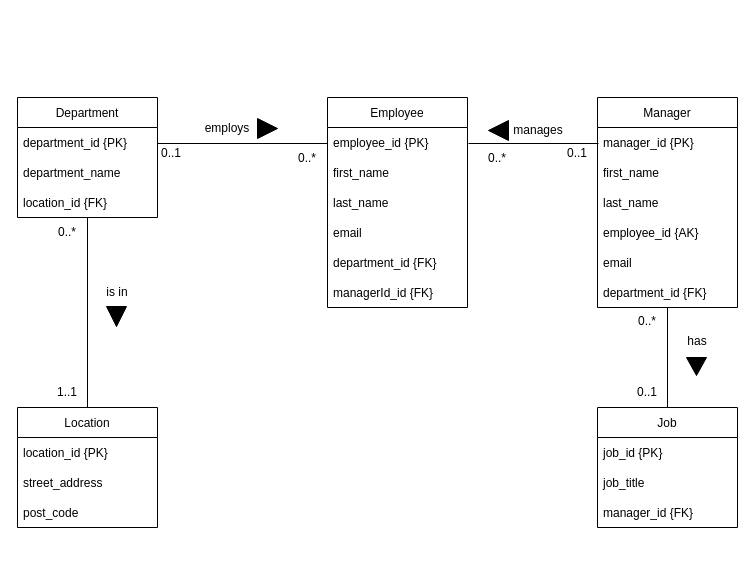
Before: Tutorial 5/Task 1.drawio in ChitharaKarunasekera/DatabaseSystemsTutorials, a draw.io diagram. Source tidied: cells renumbered, new cells numbered last; positions are measured from the earlier drawing's top-left corner, leaving out a move shared by most shapes. Both pictures are drawn from the tidied source at 100%, with x=0, y=0 at pixel (17, 97).
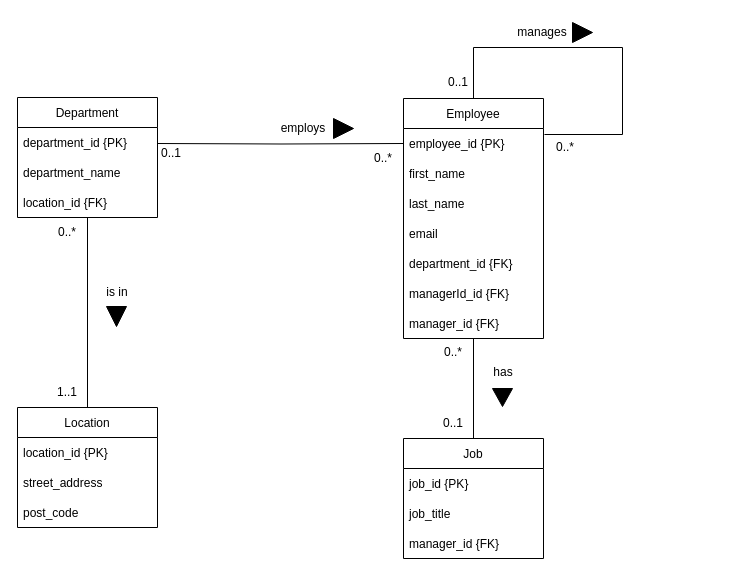
Above is the later version.

Unchanged cells that the change refers to:
```xml
<mxCell id="7" value="employee_id {PK}" style="text;strokeColor=none;fillColor=none;align=left;verticalAlign=middle;spacingLeft=4;spacingRight=4;overflow=hidden;points=[[0,0.5],[1,0.5]];portConstraint=eastwest;" parent="6" vertex="1">
  <mxGeometry y="30" width="140" height="30" as="geometry" />
</mxCell>
```

The edit, as a diff of the source:
```diff
@@
     <mxCell id="6" value="Employee" style="swimlane;fontStyle=0;horizontal=1;startSize=30;" parent="1" vertex="1">
-      <mxGeometry x="310" width="140" height="210" as="geometry" />
+      <mxGeometry x="386" y="1" width="140" height="240" as="geometry" />
     </mxCell>
@@
+    <mxCell id="48" value="manager_id {FK}" style="text;strokeColor=none;fillColor=none;align=left;verticalAlign=middle;spacingLeft=4;spacingRight=4;overflow=hidden;" parent="6" vertex="1">
+      <mxGeometry y="210" width="140" height="30" as="geometry" />
+    </mxCell>
+    <mxCell id="49" style="edgeStyle=orthogonalEdgeStyle;rounded=0;jettySize=auto;html=1;entryX=1.007;entryY=0.2;entryDx=0;entryDy=0;entryPerimeter=0;endArrow=none;endFill=0;" parent="6" edge="1" source="6" target="7">
+      <mxGeometry relative="1" as="geometry">
+        <Array as="points">
+          <mxPoint x="70" y="-51" />
+          <mxPoint x="219" y="-51" />
+          <mxPoint x="219" y="36" />
+        </Array>
+      </mxGeometry>
+    </mxCell>
-    <mxCell id="13" style="edgeStyle=orthogonalEdgeStyle;rounded=0;orthogonalLoop=1;jettySize=auto;html=1;endArrow=none;endFill=0;" parent="1" edge="1">
+    <mxCell id="13" style="edgeStyle=orthogonalEdgeStyle;rounded=0;jettySize=auto;html=1;endArrow=none;endFill=0;" parent="1" edge="1" target="7">
       <mxGeometry relative="1" as="geometry">
         <mxPoint x="140" y="46" as="sourcePoint" />
-        <mxPoint x="310" y="46" as="targetPoint" />
       </mxGeometry>
     </mxCell>
     <mxCell id="14" value="employs" style="text;html=1;strokeColor=none;fillColor=none;align=center;verticalAlign=middle;whiteSpace=wrap;rounded=0;" parent="1" vertex="1">
-      <mxGeometry x="180" y="16" width="60" height="30" as="geometry" />
+      <mxGeometry x="256" y="16" width="60" height="30" as="geometry" />
     </mxCell>
     <mxCell id="15" style="triangle;whiteSpace=wrap;html=1;fillColor=#000000;" parent="1" vertex="1">
-      <mxGeometry x="240" y="21" width="20" height="20" as="geometry" />
+      <mxGeometry x="316" y="21" width="20" height="20" as="geometry" />
     </mxCell>
     <mxCell id="16" value="0..*" style="text;html=1;strokeColor=none;fillColor=none;align=center;verticalAlign=middle;whiteSpace=wrap;rounded=0;" parent="1" vertex="1">
-      <mxGeometry x="260" y="46" width="60" height="30" as="geometry" />
+      <mxGeometry x="336" y="46" width="60" height="30" as="geometry" />
     </mxCell>
@@
-    <mxCell id="18" value="Manager" style="swimlane;fontStyle=0;horizontal=1;startSize=30;" parent="1" vertex="1">
-      <mxGeometry x="580" width="140" height="210" as="geometry" />
-    </mxCell>
-    <mxCell id="19" value="manager_id {PK}" style="text;strokeColor=none;fillColor=none;align=left;verticalAlign=middle;spacingLeft=4;spacingRight=4;overflow=hidden;" parent="18" vertex="1">
-      <mxGeometry y="30" width="140" height="30" as="geometry" />
-    </mxCell>
-    <mxCell id="20" value="first_name" style="text;strokeColor=none;fillColor=none;align=left;verticalAlign=middle;spacingLeft=4;spacingRight=4;overflow=hidden;" parent="18" vertex="1">
-      <mxGeometry y="60" width="140" height="30" as="geometry" />
-    </mxCell>
-    <mxCell id="21" value="last_name" style="text;strokeColor=none;fillColor=none;align=left;verticalAlign=middle;spacingLeft=4;spacingRight=4;overflow=hidden;" parent="18" vertex="1">
-      <mxGeometry y="90" width="140" height="30" as="geometry" />
-    </mxCell>
-    <mxCell id="22" value="employee_id {AK}" style="text;strokeColor=none;fillColor=none;align=left;verticalAlign=middle;spacingLeft=4;spacingRight=4;overflow=hidden;" parent="18" vertex="1">
-      <mxGeometry y="120" width="140" height="30" as="geometry" />
-    </mxCell>
-    <mxCell id="23" value="email" style="text;strokeColor=none;fillColor=none;align=left;verticalAlign=middle;spacingLeft=4;spacingRight=4;overflow=hidden;" parent="18" vertex="1">
-      <mxGeometry y="150" width="140" height="30" as="geometry" />
-    </mxCell>
-    <mxCell id="24" value="department_id {FK}" style="text;strokeColor=none;fillColor=none;align=left;verticalAlign=middle;spacingLeft=4;spacingRight=4;overflow=hidden;" parent="18" vertex="1">
-      <mxGeometry y="180" width="140" height="30" as="geometry" />
-    </mxCell>
-    <mxCell id="25" style="edgeStyle=orthogonalEdgeStyle;rounded=0;orthogonalLoop=1;jettySize=auto;html=1;endArrow=none;endFill=0;" parent="1" edge="1">
-      <mxGeometry relative="1" as="geometry">
-        <mxPoint x="451" y="46" as="sourcePoint" />
-        <mxPoint x="581" y="46" as="targetPoint" />
-      </mxGeometry>
-    </mxCell>
-    <mxCell id="26" value="manages" style="text;html=1;strokeColor=none;fillColor=none;align=center;verticalAlign=middle;whiteSpace=wrap;rounded=0;" parent="1" vertex="1">
-      <mxGeometry x="491" y="18" width="60" height="30" as="geometry" />
-    </mxCell>
-    <mxCell id="27" style="triangle;whiteSpace=wrap;html=1;fillColor=#000000;direction=west;" parent="1" vertex="1">
-      <mxGeometry x="471" y="23" width="20" height="20" as="geometry" />
-    </mxCell>
-    <mxCell id="28" value="0..1" style="text;html=1;strokeColor=none;fillColor=none;align=center;verticalAlign=middle;whiteSpace=wrap;rounded=0;" parent="1" vertex="1">
-      <mxGeometry x="530" y="41" width="60" height="30" as="geometry" />
-    </mxCell>
-    <mxCell id="29" value="0..*" style="text;html=1;strokeColor=none;fillColor=none;align=center;verticalAlign=middle;whiteSpace=wrap;rounded=0;" parent="1" vertex="1">
-      <mxGeometry x="450" y="46" width="60" height="30" as="geometry" />
-    </mxCell>
@@
-    <mxCell id="39" style="edgeStyle=orthogonalEdgeStyle;rounded=0;jettySize=auto;html=1;endArrow=none;endFill=0;" parent="1" edge="1" source="40" target="18">
-      <mxGeometry relative="1" as="geometry" />
+    <mxCell id="39" style="edgeStyle=orthogonalEdgeStyle;rounded=0;jettySize=auto;html=1;endArrow=none;endFill=0;" parent="1" edge="1" source="40">
+      <mxGeometry relative="1" as="geometry">
+        <mxPoint x="456" y="241" as="targetPoint" />
+      </mxGeometry>
     </mxCell>
     <mxCell id="40" value="Job" style="swimlane;fontStyle=0;horizontal=1;startSize=30;" parent="1" vertex="1">
-      <mxGeometry x="580" y="310" width="140" height="120" as="geometry" />
+      <mxGeometry x="386" y="341" width="140" height="120" as="geometry" />
     </mxCell>
@@
     <mxCell id="44" value="has" style="text;html=1;strokeColor=none;fillColor=none;align=center;verticalAlign=middle;whiteSpace=wrap;rounded=0;" parent="1" vertex="1">
-      <mxGeometry x="650" y="229" width="60" height="30" as="geometry" />
+      <mxGeometry x="456" y="260" width="60" height="30" as="geometry" />
     </mxCell>
     <mxCell id="45" style="triangle;whiteSpace=wrap;html=1;fillColor=#000000;direction=south;" parent="1" vertex="1">
-      <mxGeometry x="669" y="260" width="20" height="18" as="geometry" />
+      <mxGeometry x="475" y="291" width="20" height="18" as="geometry" />
     </mxCell>
     <mxCell id="46" value="0..*" style="text;html=1;strokeColor=none;fillColor=none;align=center;verticalAlign=middle;whiteSpace=wrap;rounded=0;" parent="1" vertex="1">
-      <mxGeometry x="600" y="209" width="60" height="30" as="geometry" />
+      <mxGeometry x="406" y="240" width="60" height="30" as="geometry" />
     </mxCell>
     <mxCell id="47" value="0..1" style="text;html=1;strokeColor=none;fillColor=none;align=center;verticalAlign=middle;whiteSpace=wrap;rounded=0;" parent="1" vertex="1">
-      <mxGeometry x="600" y="280" width="60" height="30" as="geometry" />
+      <mxGeometry x="406" y="311" width="60" height="30" as="geometry" />
     </mxCell>
+    <mxCell id="26" value="manages" style="text;html=1;strokeColor=none;fillColor=none;align=center;verticalAlign=middle;whiteSpace=wrap;rounded=0;" parent="1" vertex="1">
+      <mxGeometry x="495" y="-80" width="60" height="30" as="geometry" />
+    </mxCell>
+    <mxCell id="50" style="triangle;whiteSpace=wrap;html=1;fillColor=#000000;" parent="1" vertex="1">
+      <mxGeometry x="555" y="-75" width="20" height="20" as="geometry" />
+    </mxCell>
+    <mxCell id="28" value="0..1" style="text;html=1;strokeColor=none;fillColor=none;align=center;verticalAlign=middle;whiteSpace=wrap;rounded=0;" parent="1" vertex="1">
+      <mxGeometry x="411" y="-30" width="60" height="30" as="geometry" />
+    </mxCell>
+    <mxCell id="29" value="0..*" style="text;html=1;strokeColor=none;fillColor=none;align=center;verticalAlign=middle;whiteSpace=wrap;rounded=0;" parent="1" vertex="1">
+      <mxGeometry x="518" y="35" width="60" height="30" as="geometry" />
+    </mxCell>
```
